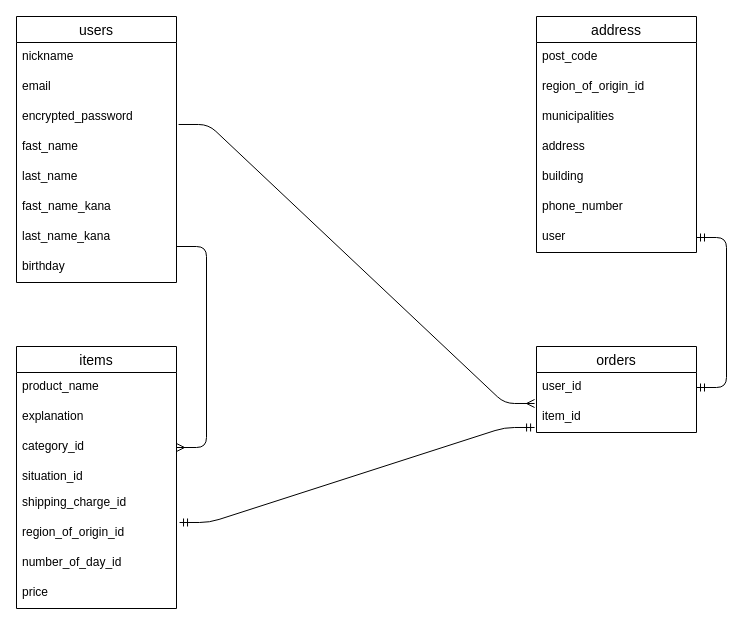
Above: furima.dio in satsukirain/furima-38697 (draw.io), before the change. Source tidied: cells renumbered, new cells numbered last; positions are measured from the earlier drawing's top-left corner, leaving out a move shared by most shapes. Both pictures are drawn from the tidied source at 100%, with x=0, y=0 at pixel (16, 16).
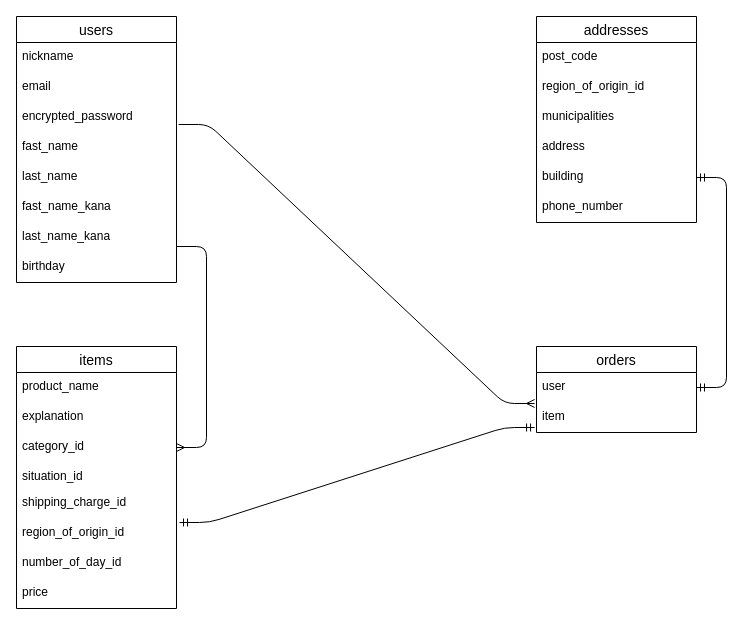
After the change.

Unchanged cells that the change refers to:
```xml
<mxCell id="7" value="building" style="text;strokeColor=none;fillColor=none;spacingLeft=4;spacingRight=4;overflow=hidden;points=[[0,0.5],[1,0.5]];portConstraint=eastwest;fontSize=12;" parent="2" vertex="1">
  <mxGeometry y="146" width="160" height="30" as="geometry" />
</mxCell>
<mxCell id="28" value="orders" style="swimlane;fontStyle=0;horizontal=1;startSize=26;align=center;fontSize=14;" parent="1" vertex="1">
  <mxGeometry x="520" y="330" width="160" height="86" as="geometry" />
</mxCell>
```

The edit, as a diff of the source:
```diff
@@
-    <mxCell id="2" value="address" style="swimlane;fontStyle=0;horizontal=1;startSize=26;align=center;fontSize=14;" parent="1" vertex="1">
-      <mxGeometry x="520" width="160" height="236" as="geometry" />
+    <mxCell id="2" value="addresses" style="swimlane;fontStyle=0;horizontal=1;startSize=26;align=center;fontSize=14;" parent="1" vertex="1">
+      <mxGeometry x="520" width="160" height="206" as="geometry" />
     </mxCell>
@@
-    <mxCell id="9" value="user" style="text;strokeColor=none;fillColor=none;spacingLeft=4;spacingRight=4;overflow=hidden;points=[[0,0.5],[1,0.5]];portConstraint=eastwest;fontSize=12;" parent="2" vertex="1">
-      <mxGeometry y="206" width="160" height="30" as="geometry" />
-    </mxCell>
@@
-    <mxCell id="29" value="user_id" style="text;strokeColor=none;fillColor=none;spacingLeft=4;spacingRight=4;overflow=hidden;points=[[0,0.5],[1,0.5]];portConstraint=eastwest;fontSize=12;" parent="28" vertex="1">
+    <mxCell id="29" value="user" style="text;strokeColor=none;fillColor=none;spacingLeft=4;spacingRight=4;overflow=hidden;points=[[0,0.5],[1,0.5]];portConstraint=eastwest;fontSize=12;" parent="28" vertex="1">
       <mxGeometry y="26" width="160" height="30" as="geometry" />
     </mxCell>
-    <mxCell id="30" value="item_id" style="text;strokeColor=none;fillColor=none;spacingLeft=4;spacingRight=4;overflow=hidden;points=[[0,0.5],[1,0.5]];portConstraint=eastwest;fontSize=12;" parent="28" vertex="1">
+    <mxCell id="30" value="item" style="text;strokeColor=none;fillColor=none;spacingLeft=4;spacingRight=4;overflow=hidden;points=[[0,0.5],[1,0.5]];portConstraint=eastwest;fontSize=12;" parent="28" vertex="1">
       <mxGeometry y="56" width="160" height="30" as="geometry" />
     </mxCell>
@@
-    <mxCell id="34" style="edgeStyle=entityRelationEdgeStyle;fontSize=12;html=1;endArrow=ERmandOne;startArrow=ERmandOne;exitX=1;exitY=0.5;exitDx=0;exitDy=0;" parent="1" edge="1" source="29" target="9">
+    <mxCell id="34" style="edgeStyle=entityRelationEdgeStyle;fontSize=12;html=1;endArrow=ERmandOne;startArrow=ERmandOne;exitX=1;exitY=0.5;exitDx=0;exitDy=0;" parent="1" edge="1" source="29" target="7">
       <mxGeometry relative="1" as="geometry" />
     </mxCell>
```
